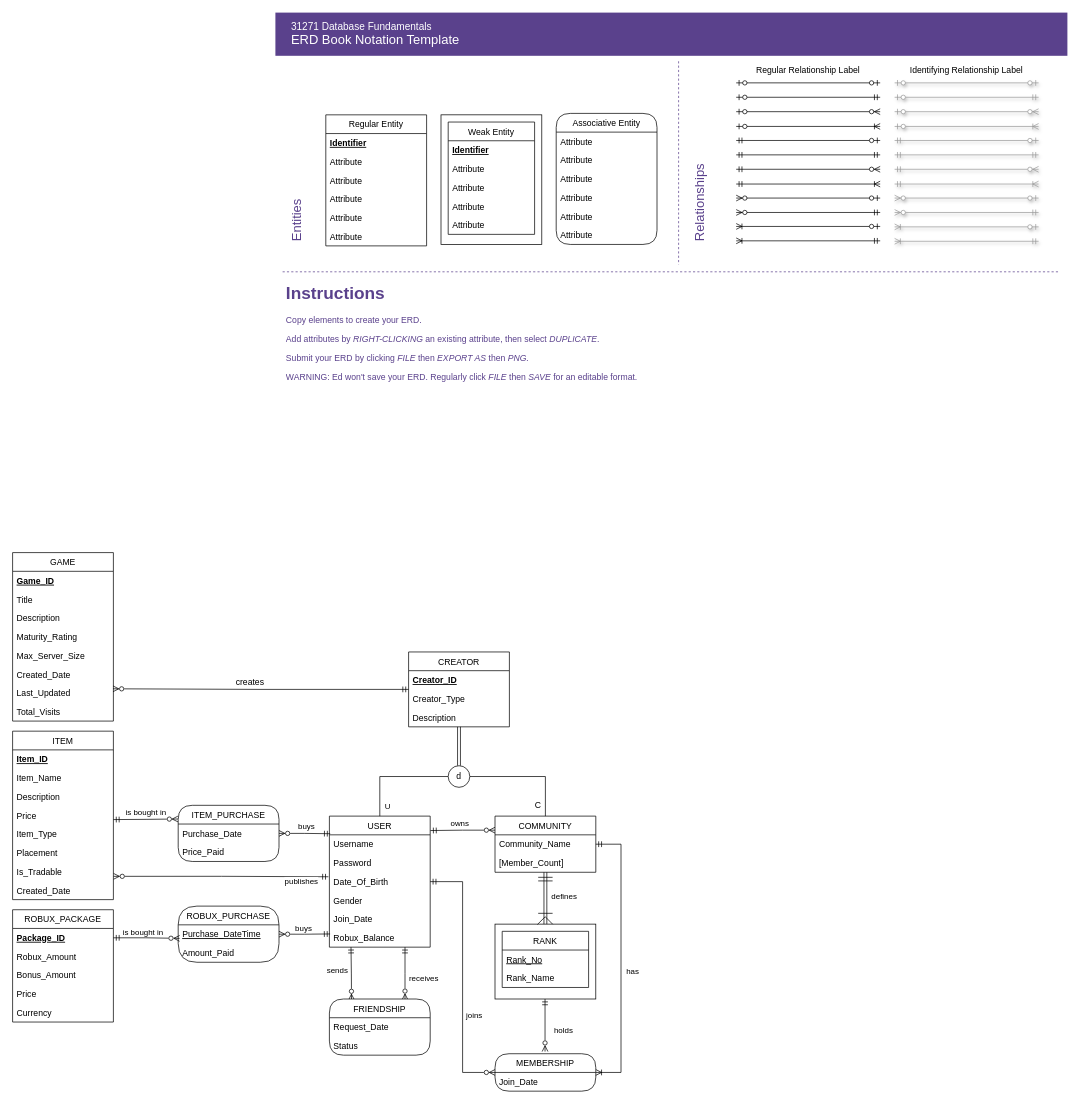
The draw.io diagram ERD Template Lecture1Q7.drawio in doggoboi096-lang/31271-Database-Fundamentals-Database-Design-Assignment-Offshore-September-2026, before the edit. Source tidied: cells renumbered, new cells numbered last; positions are measured from the earlier drawing's top-left corner, leaving out a move shared by most shapes. Both pictures are drawn from the tidied source at 72%, with x=0, y=0 at pixel (12, 12).
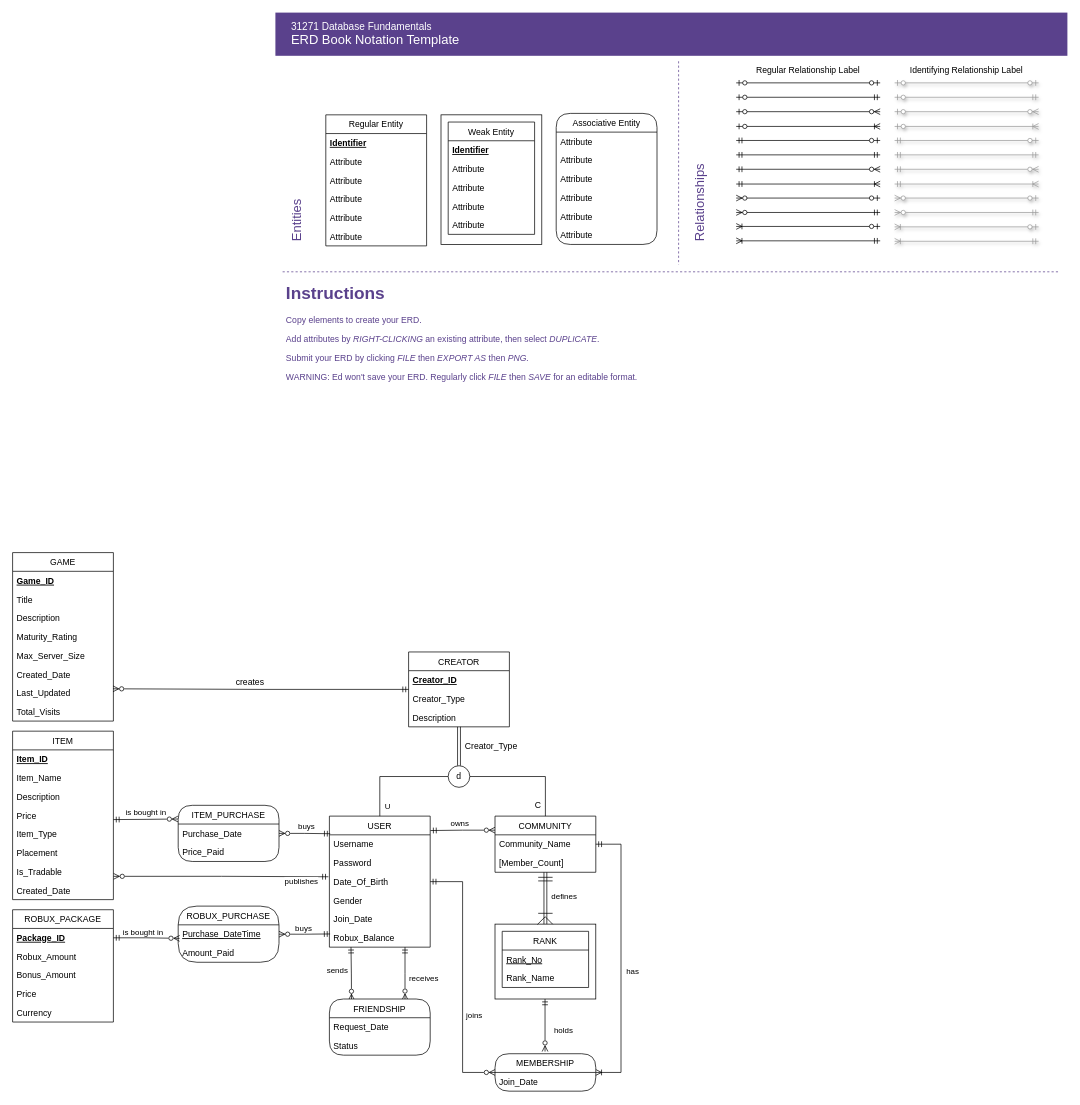
After the change.

Diff of the diagram source:
```diff
@@
+    <mxCell id="150" value="Creator_Type" style="text;html=1;whiteSpace=wrap;strokeColor=none;fillColor=none;align=center;verticalAlign=middle;rounded=0;" parent="1" vertex="1">
+      <mxGeometry x="635" y="1004" width="60" height="30" as="geometry" />
+    </mxCell>
```
